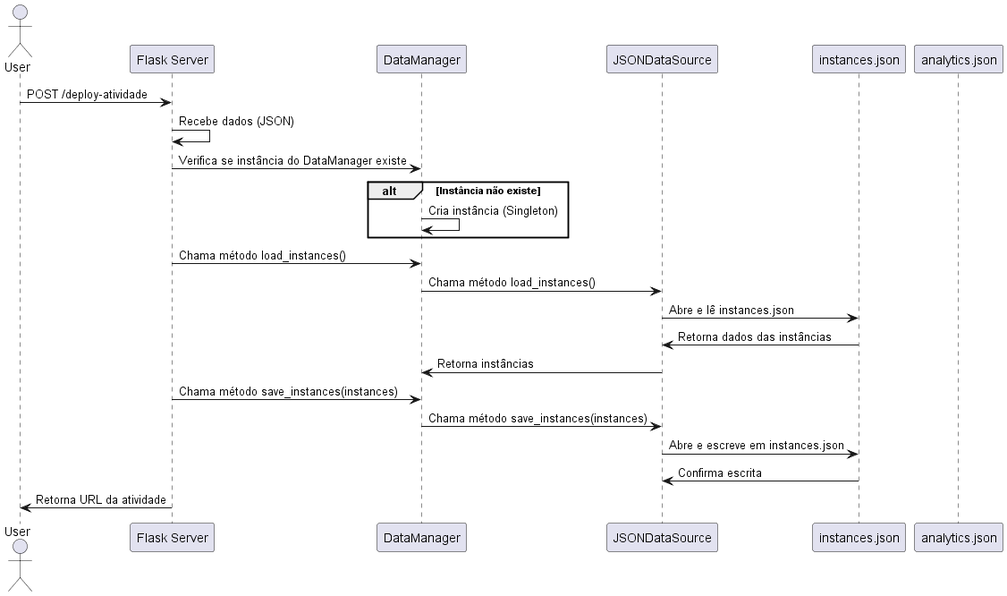
Earlier version of the PlantUML export out/Diagrams/sequenceDiagram/sequenceDiagram.png (RogerioProgramming/WorkplaceSafety).
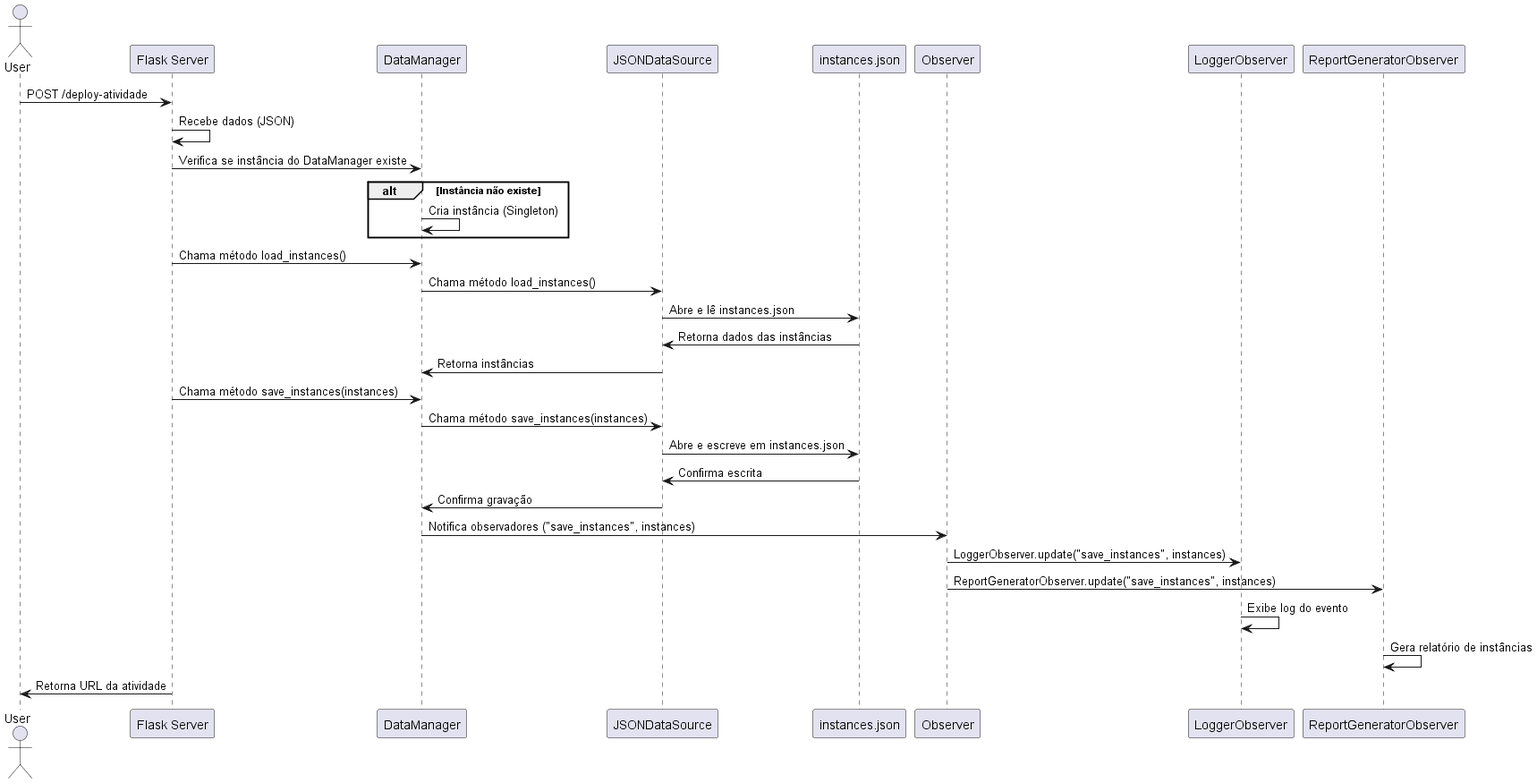
After the commit.

Commit message:
Atualização para adição do padrão Observer

Diff of the diagram source:
```diff
@@ -5,7 +5,9 @@
 participant "DataManager" as DM
 participant "JSONDataSource" as DS
 participant "instances.json" as Instances
-participant "analytics.json" as Analytics
+participant "Observer" as Observer
+participant "LoggerObserver" as Logger
+participant "ReportGeneratorObserver" as ReportGen
 
 User -> Flask : POST /deploy-atividade
 Flask -> Flask : Recebe dados (JSON)
@@ -22,6 +24,12 @@
 DM -> DS : Chama método save_instances(instances)
 DS -> Instances : Abre e escreve em instances.json
 Instances -> DS : Confirma escrita
+DS -> DM : Confirma gravação
+DM -> Observer : Notifica observadores ("save_instances", instances)
+Observer -> Logger : LoggerObserver.update("save_instances", instances)
+Observer -> ReportGen : ReportGeneratorObserver.update("save_instances", instances)
+Logger -> Logger : Exibe log do evento
+ReportGen -> ReportGen : Gera relatório de instâncias
 Flask -> User : Retorna URL da atividade
 
 @enduml
```
